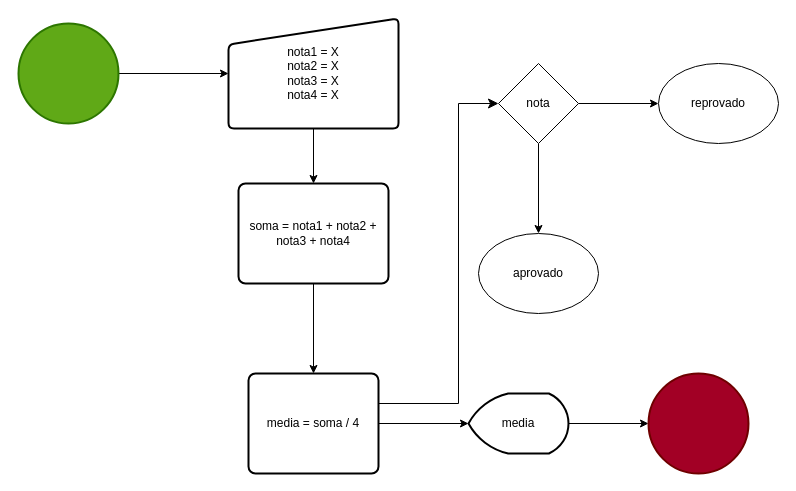
This is aulas/aula01/calculo_notas.drawio from willim2023/logica-de-programacao, a draw.io file, before an edit. Source tidied: cells renumbered, new cells numbered last; positions are measured from the earlier drawing's top-left corner, leaving out a move shared by most shapes. Both pictures are drawn from the tidied source at 100%, with x=0, y=0 at pixel (18, 18).
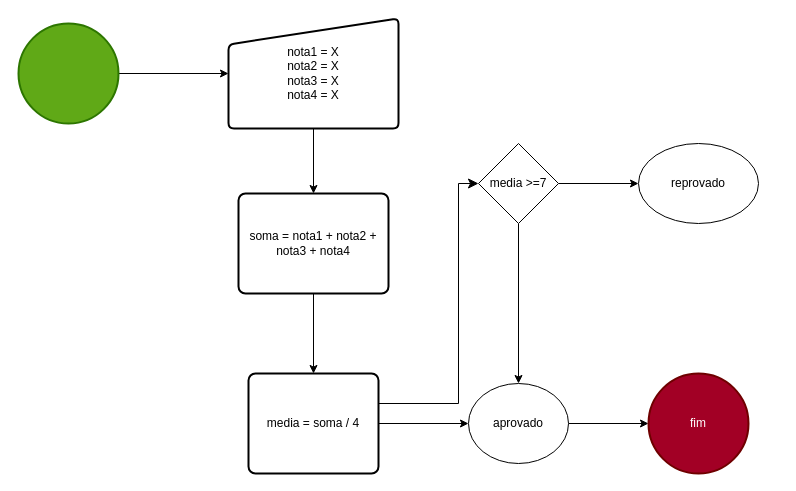
The same page after the edit.

Commit message (it also covers changes not shown here):
atualização if else

The change refers to these unchanged cells:
```xml
<mxCell id="9" value="media = soma / 4" style="rounded=1;whiteSpace=wrap;html=1;absoluteArcSize=1;arcSize=14;strokeWidth=2;" parent="1" vertex="1">
  <mxGeometry x="230" y="355" width="130" height="100" as="geometry" />
</mxCell>
```

The edit, as a diff of the source:
```diff
@@
+    <mxCell id="16" style="edgeStyle=segmentEdgeStyle;endArrow=classic;html=1;curved=0;rounded=0;endSize=8;startSize=8;exitX=1;exitY=0.25;exitDx=0;exitDy=0;" parent="1" edge="1" source="9">
+      <mxGeometry relative="1" as="geometry">
+        <mxPoint x="460" y="165" as="targetPoint" />
+        <Array as="points">
+          <mxPoint x="360" y="385" />
+          <mxPoint x="440" y="385" />
+          <mxPoint x="440" y="165" />
+        </Array>
+      </mxGeometry>
+    </mxCell>
@@
     <mxCell id="7" value="soma = nota1 + nota2 + nota3 + nota4" style="rounded=1;whiteSpace=wrap;html=1;absoluteArcSize=1;arcSize=14;strokeWidth=2;" parent="1" vertex="1">
-      <mxGeometry x="220" y="165" width="150" height="100" as="geometry" />
+      <mxGeometry x="220" y="175" width="150" height="100" as="geometry" />
     </mxCell>
-    <mxCell id="8" style="edgeStyle=none;html=1;entryX=0;entryY=0.5;entryDx=0;entryDy=0;entryPerimeter=0;" parent="1" edge="1" source="9" target="11">
-      <mxGeometry relative="1" as="geometry" />
-    </mxCell>
@@
-    <mxCell id="10" style="edgeStyle=none;html=1;entryX=0;entryY=0.5;entryDx=0;entryDy=0;entryPerimeter=0;" parent="1" edge="1" source="11" target="12">
-      <mxGeometry relative="1" as="geometry" />
+    <mxCell id="10" style="edgeStyle=none;html=1;entryX=0;entryY=0.5;entryDx=0;entryDy=0;entryPerimeter=0;" parent="1" edge="1" target="12">
+      <mxGeometry relative="1" as="geometry">
+        <mxPoint x="550" y="405" as="sourcePoint" />
+      </mxGeometry>
     </mxCell>
-    <mxCell id="11" value="media" style="strokeWidth=2;html=1;shape=mxgraph.flowchart.display;whiteSpace=wrap;" parent="1" vertex="1">
-      <mxGeometry x="450" y="375" width="100" height="60" as="geometry" />
-    </mxCell>
-    <mxCell id="12" style="strokeWidth=2;html=1;shape=mxgraph.flowchart.start_2;whiteSpace=wrap;fillColor=#a20025;fontColor=#ffffff;strokeColor=#6F0000;" parent="1" vertex="1">
+    <mxCell id="12" value="fim" style="strokeWidth=2;html=1;shape=mxgraph.flowchart.start_2;whiteSpace=wrap;fillColor=#a20025;fontColor=#ffffff;strokeColor=#6F0000;" parent="1" vertex="1">
       <mxGeometry x="630" y="355" width="100" height="100" as="geometry" />
     </mxCell>
-    <mxCell id="13" style="edgeStyle=none;html=1;exitX=0.5;exitY=1;exitDx=0;exitDy=0;entryX=0.5;entryY=0;entryDx=0;entryDy=0;" parent="1" edge="1" source="15" target="17">
-      <mxGeometry relative="1" as="geometry" />
-    </mxCell>
-    <mxCell id="14" style="edgeStyle=none;html=1;exitX=1;exitY=0.5;exitDx=0;exitDy=0;" parent="1" edge="1" source="15" target="18">
+    <mxCell id="14" style="edgeStyle=none;html=1;exitX=1;exitY=0.5;exitDx=0;exitDy=0;" parent="1" edge="1" source="20" target="18">
       <mxGeometry relative="1" as="geometry" />
     </mxCell>
-    <mxCell id="15" value="nota&lt;br&gt;" style="rhombus;whiteSpace=wrap;html=1;" parent="1" vertex="1">
-      <mxGeometry x="480" y="45" width="80" height="80" as="geometry" />
-    </mxCell>
-    <mxCell id="16" style="edgeStyle=segmentEdgeStyle;endArrow=classic;html=1;curved=0;rounded=0;endSize=8;startSize=8;" parent="1" edge="1" target="15">
-      <mxGeometry relative="1" as="geometry">
-        <mxPoint x="360" y="385" as="sourcePoint" />
-        <Array as="points">
-          <mxPoint x="440" y="385" />
-          <mxPoint x="440" y="85" />
-        </Array>
-      </mxGeometry>
-    </mxCell>
+    <mxCell id="18" value="reprovado" style="ellipse;whiteSpace=wrap;html=1;" parent="1" vertex="1">
+      <mxGeometry x="620" y="125" width="120" height="80" as="geometry" />
+    </mxCell>
+    <mxCell id="19" style="edgeStyle=none;html=1;exitX=0.5;exitY=1;exitDx=0;exitDy=0;entryX=0.5;entryY=0;entryDx=0;entryDy=0;" parent="1" edge="1" source="20" target="17">
+      <mxGeometry relative="1" as="geometry" />
+    </mxCell>
+    <mxCell id="20" value="media &amp;gt;=7" style="rhombus;whiteSpace=wrap;html=1;" parent="1" vertex="1">
+      <mxGeometry x="460" y="125" width="80" height="80" as="geometry" />
+    </mxCell>
     <mxCell id="17" value="aprovado" style="ellipse;whiteSpace=wrap;html=1;" parent="1" vertex="1">
-      <mxGeometry x="460" y="215" width="120" height="80" as="geometry" />
+      <mxGeometry x="450" y="365" width="100" height="80" as="geometry" />
     </mxCell>
-    <mxCell id="18" value="reprovado" style="ellipse;whiteSpace=wrap;html=1;" parent="1" vertex="1">
-      <mxGeometry x="640" y="45" width="120" height="80" as="geometry" />
-    </mxCell>
+    <mxCell id="8" style="edgeStyle=none;html=1;entryX=0;entryY=0.5;entryDx=0;entryDy=0;" parent="1" edge="1" source="9" target="17">
+      <mxGeometry relative="1" as="geometry" />
+    </mxCell>
```
